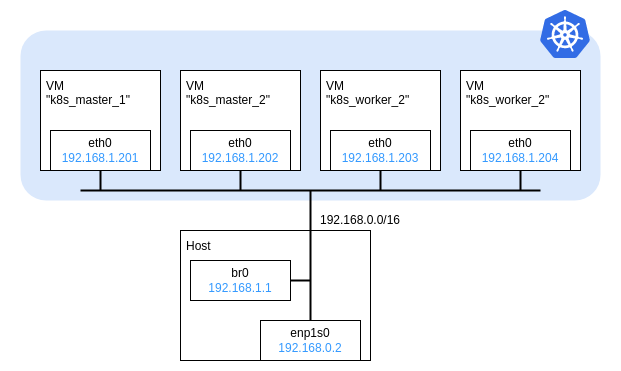
Earlier version of the draw.io export kubernetes/images/network_architecture.drawio.png (sawa2d2/k8s-on-kvm). Source tidied: cells renumbered, new cells last; positions are measured from the earlier drawing's top-left corner, leaving out a move shared by most shapes.
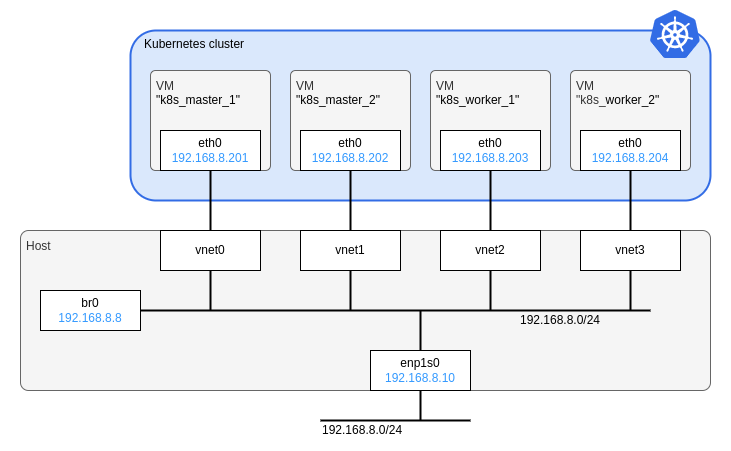
Above is the later version.

What changed in the source:
```diff
@@ -3,85 +3,117 @@
     <mxCell id="0" />
     <mxCell id="1" parent="0" />
     <mxCell id="2" style="rounded=0;whiteSpace=wrap;html=1;strokeColor=none;" parent="1" vertex="1">
-      <mxGeometry width="620" height="370" as="geometry" />
+      <mxGeometry x="-110" width="730" height="450" as="geometry" />
     </mxCell>
-    <mxCell id="3" style="rounded=1;whiteSpace=wrap;html=1;dashed=1;fillColor=#dae8fc;strokeColor=none;" parent="1" vertex="1">
+    <mxCell id="3" value="Kubernetes cluster" style="rounded=1;whiteSpace=wrap;html=1;fillColor=#dae8fc;strokeColor=#326CE5;strokeWidth=2;align=left;verticalAlign=top;spacingLeft=12;" parent="1" vertex="1">
       <mxGeometry x="20" y="30" width="580" height="170" as="geometry" />
     </mxCell>
+    <mxCell id="10" value="VM&lt;br style=&quot;border-color: var(--border-color); color: rgb(0, 0, 0);&quot;&gt;&lt;span style=&quot;color: rgb(0, 0, 0);&quot;&gt;&quot;k8s_master_2&quot;&lt;/span&gt;" style="rounded=1;whiteSpace=wrap;html=1;strokeColor=#666666;strokeWidth=1;fillColor=#f5f5f5;fontColor=#333333;align=left;verticalAlign=top;spacingTop=2;spacingLeft=4;arcSize=5;" parent="1" vertex="1">
+      <mxGeometry x="180" y="70" width="120" height="100" as="geometry" />
+    </mxCell>
+    <mxCell id="24" value="VM&lt;br style=&quot;border-color: var(--border-color); color: rgb(0, 0, 0);&quot;&gt;&lt;span style=&quot;color: rgb(0, 0, 0);&quot;&gt;&quot;k8s_worker_1&quot;&lt;/span&gt;" style="rounded=1;whiteSpace=wrap;html=1;strokeColor=#666666;strokeWidth=1;fillColor=#f5f5f5;fontColor=#333333;align=left;verticalAlign=top;spacingTop=2;spacingLeft=4;arcSize=5;" parent="1" vertex="1">
+      <mxGeometry x="320" y="70" width="120" height="100" as="geometry" />
+    </mxCell>
+    <mxCell id="25" value="VM&lt;br style=&quot;border-color: var(--border-color); color: rgb(0, 0, 0);&quot;&gt;&quot;k8s_&lt;span style=&quot;color: rgb(0, 0, 0);&quot;&gt;worker&lt;/span&gt;&lt;span style=&quot;color: rgb(0, 0, 0);&quot;&gt;_2&quot;&lt;/span&gt;" style="rounded=1;whiteSpace=wrap;html=1;strokeColor=#666666;strokeWidth=1;fillColor=#f5f5f5;fontColor=#333333;align=left;verticalAlign=top;spacingTop=2;spacingLeft=4;arcSize=5;" parent="1" vertex="1">
+      <mxGeometry x="460" y="70" width="120" height="100" as="geometry" />
+    </mxCell>
-    <mxCell id="4" value="Host" style="rounded=0;whiteSpace=wrap;html=1;align=left;verticalAlign=top;spacingLeft=4;spacingTop=2;" parent="1" vertex="1">
-      <mxGeometry x="180" y="230" width="190" height="130" as="geometry" />
+    <mxCell id="4" value="Host" style="rounded=1;whiteSpace=wrap;html=1;strokeColor=#666666;strokeWidth=1;fillColor=#f5f5f5;fontColor=#333333;align=left;verticalAlign=top;spacingTop=2;spacingLeft=4;arcSize=5;" parent="1" vertex="1">
+      <mxGeometry x="-90" y="230" width="690" height="160" as="geometry" />
     </mxCell>
+    <mxCell id="7" value="VM&lt;br style=&quot;border-color: var(--border-color); color: rgb(0, 0, 0);&quot;&gt;&lt;span style=&quot;color: rgb(0, 0, 0);&quot;&gt;&quot;k8s_master_1&quot;&lt;/span&gt;" style="rounded=1;whiteSpace=wrap;html=1;strokeColor=#666666;strokeWidth=1;fillColor=#f5f5f5;fontColor=#333333;align=left;verticalAlign=top;spacingTop=2;spacingLeft=4;arcSize=5;" parent="1" vertex="1">
+      <mxGeometry x="40" y="70" width="120" height="100" as="geometry" />
+    </mxCell>
     <mxCell id="5" style="edgeStyle=orthogonalEdgeStyle;rounded=0;jettySize=auto;html=1;exitX=0.5;exitY=0;exitDx=0;exitDy=0;strokeColor=default;fontColor=#3399FF;endArrow=none;endFill=0;strokeWidth=2;" parent="1" edge="1" source="21">
       <mxGeometry relative="1" as="geometry">
-        <mxPoint x="310" y="190" as="targetPoint" />
+        <mxPoint x="310" y="310" as="targetPoint" />
       </mxGeometry>
     </mxCell>
-    <mxCell id="6" value="br0&lt;br&gt;&lt;font color=&quot;#3399ff&quot;&gt;192.168.1.1&lt;/font&gt;" style="rounded=0;whiteSpace=wrap;html=1;" parent="1" vertex="1">
-      <mxGeometry x="190" y="260" width="100" height="40" as="geometry" />
-    </mxCell>
-    <mxCell id="7" value="VM&lt;br&gt;&quot;k8s_master_1&quot;" style="rounded=0;whiteSpace=wrap;html=1;verticalAlign=top;align=left;spacingTop=2;spacingLeft=4;" parent="1" vertex="1">
-      <mxGeometry x="40" y="70" width="120" height="100" as="geometry" />
-    </mxCell>
-    <mxCell id="8" style="edgeStyle=orthogonalEdgeStyle;rounded=0;jettySize=auto;html=1;exitX=0.5;exitY=1;exitDx=0;exitDy=0;strokeColor=default;fontColor=#3399FF;endArrow=none;endFill=0;strokeWidth=2;" parent="1" edge="1" source="9">
-      <mxGeometry relative="1" as="geometry">
-        <mxPoint x="100" y="190" as="targetPoint" />
-      </mxGeometry>
+    <mxCell id="8" style="edgeStyle=orthogonalEdgeStyle;rounded=0;jettySize=auto;html=1;exitX=0.5;exitY=1;exitDx=0;exitDy=0;strokeColor=default;fontColor=#3399FF;endArrow=none;endFill=0;strokeWidth=2;entryX=0.5;entryY=0;entryDx=0;entryDy=0;" parent="1" edge="1" source="9" target="29">
+      <mxGeometry relative="1" as="geometry" />
     </mxCell>
-    <mxCell id="9" value="eth0&lt;br&gt;&lt;font color=&quot;#3399ff&quot;&gt;192.168.1.201&lt;/font&gt;" style="rounded=0;whiteSpace=wrap;html=1;" parent="1" vertex="1">
+    <mxCell id="9" value="eth0&lt;br&gt;&lt;font color=&quot;#3399ff&quot;&gt;192.168.8.201&lt;/font&gt;" style="rounded=0;whiteSpace=wrap;html=1;" parent="1" vertex="1">
       <mxGeometry x="50" y="130" width="100" height="40" as="geometry" />
     </mxCell>
-    <mxCell id="10" value="VM&lt;br&gt;&quot;k8s_master_2&quot;" style="rounded=0;whiteSpace=wrap;html=1;verticalAlign=top;align=left;spacingTop=2;spacingLeft=4;" parent="1" vertex="1">
-      <mxGeometry x="180" y="70" width="120" height="100" as="geometry" />
-    </mxCell>
-    <mxCell id="11" value="eth0&lt;br&gt;&lt;font color=&quot;#3399ff&quot;&gt;192.168.1.202&lt;/font&gt;" style="rounded=0;whiteSpace=wrap;html=1;" parent="1" vertex="1">
+    <mxCell id="11" value="eth0&lt;br&gt;&lt;font color=&quot;#3399ff&quot;&gt;192.168.8.202&lt;/font&gt;" style="rounded=0;whiteSpace=wrap;html=1;" parent="1" vertex="1">
       <mxGeometry x="190" y="130" width="100" height="40" as="geometry" />
     </mxCell>
-    <mxCell id="12" value="VM&lt;br&gt;&quot;k8s_worker_2&quot;" style="rounded=0;whiteSpace=wrap;html=1;verticalAlign=top;align=left;spacingTop=2;spacingLeft=4;" parent="1" vertex="1">
-      <mxGeometry x="320" y="70" width="120" height="100" as="geometry" />
-    </mxCell>
-    <mxCell id="13" style="edgeStyle=orthogonalEdgeStyle;rounded=0;jettySize=auto;html=1;exitX=0.5;exitY=1;exitDx=0;exitDy=0;strokeColor=default;fontColor=#3399FF;endArrow=none;endFill=0;strokeWidth=2;" parent="1" edge="1" source="14">
-      <mxGeometry relative="1" as="geometry">
-        <mxPoint x="380" y="190" as="targetPoint" />
-      </mxGeometry>
+    <mxCell id="13" style="edgeStyle=orthogonalEdgeStyle;rounded=0;jettySize=auto;html=1;exitX=0.5;exitY=1;exitDx=0;exitDy=0;strokeColor=default;fontColor=#3399FF;endArrow=none;endFill=0;strokeWidth=2;entryX=0.5;entryY=0;entryDx=0;entryDy=0;" parent="1" edge="1" source="14" target="33">
+      <mxGeometry relative="1" as="geometry" />
     </mxCell>
-    <mxCell id="14" value="eth0&lt;br&gt;&lt;font color=&quot;#3399ff&quot;&gt;192.168.1.203&lt;/font&gt;" style="rounded=0;whiteSpace=wrap;html=1;" parent="1" vertex="1">
+    <mxCell id="14" value="eth0&lt;br&gt;&lt;font color=&quot;#3399ff&quot;&gt;192.168.8.203&lt;/font&gt;" style="rounded=0;whiteSpace=wrap;html=1;" parent="1" vertex="1">
       <mxGeometry x="330" y="130" width="100" height="40" as="geometry" />
     </mxCell>
-    <mxCell id="15" style="endArrow=none;html=1;rounded=0;strokeColor=default;fontColor=#3399FF;strokeWidth=2;" parent="1" edge="1">
-      <mxGeometry relative="1" as="geometry">
-        <mxPoint x="80" y="190" as="sourcePoint" />
-        <mxPoint x="540" y="190" as="targetPoint" />
-      </mxGeometry>
-    </mxCell>
-    <mxCell id="16" value="&lt;font&gt;192.168.0.0/16&lt;/font&gt;" style="rounded=0;whiteSpace=wrap;html=1;strokeColor=none;fillColor=none;fontColor=default;" parent="1" vertex="1">
-      <mxGeometry x="310" y="210" width="100" height="20" as="geometry" />
+    <mxCell id="16" value="&lt;font&gt;192.168.8.0/24&lt;/font&gt;" style="rounded=0;whiteSpace=wrap;html=1;strokeColor=none;fillColor=none;fontColor=default;" parent="1" vertex="1">
+      <mxGeometry x="400" y="310" width="100" height="20" as="geometry" />
     </mxCell>
-    <mxCell id="17" value="VM&lt;br&gt;&quot;k8s_worker_2&quot;" style="rounded=0;whiteSpace=wrap;html=1;verticalAlign=top;align=left;spacingTop=2;spacingLeft=4;" parent="1" vertex="1">
-      <mxGeometry x="460" y="70" width="120" height="100" as="geometry" />
-    </mxCell>
-    <mxCell id="18" value="eth0&lt;br&gt;&lt;font color=&quot;#3399ff&quot;&gt;192.168.1.204&lt;/font&gt;" style="rounded=0;whiteSpace=wrap;html=1;" parent="1" vertex="1">
+    <mxCell id="18" value="eth0&lt;br&gt;&lt;font color=&quot;#3399ff&quot;&gt;192.168.8.204&lt;/font&gt;" style="rounded=0;whiteSpace=wrap;html=1;" parent="1" vertex="1">
       <mxGeometry x="470" y="130" width="100" height="40" as="geometry" />
     </mxCell>
-    <mxCell id="19" style="edgeStyle=orthogonalEdgeStyle;rounded=0;jettySize=auto;html=1;exitX=0.5;exitY=1;exitDx=0;exitDy=0;strokeColor=default;fontColor=#3399FF;endArrow=none;endFill=0;strokeWidth=2;" parent="1" edge="1" source="18">
-      <mxGeometry relative="1" as="geometry">
-        <mxPoint x="520" y="190" as="targetPoint" />
-      </mxGeometry>
+    <mxCell id="19" style="edgeStyle=orthogonalEdgeStyle;rounded=0;jettySize=auto;html=1;exitX=0.5;exitY=1;exitDx=0;exitDy=0;strokeColor=default;fontColor=#3399FF;endArrow=none;endFill=0;strokeWidth=2;entryX=0.5;entryY=0;entryDx=0;entryDy=0;" parent="1" edge="1" source="18" target="35">
+      <mxGeometry relative="1" as="geometry" />
     </mxCell>
-    <mxCell id="20" style="edgeStyle=orthogonalEdgeStyle;rounded=0;jettySize=auto;html=1;exitX=0.5;exitY=1;exitDx=0;exitDy=0;strokeColor=default;fontColor=#3399FF;endArrow=none;endFill=0;strokeWidth=2;" parent="1" edge="1" source="11">
-      <mxGeometry relative="1" as="geometry">
-        <mxPoint x="240" y="190" as="targetPoint" />
-      </mxGeometry>
+    <mxCell id="20" style="edgeStyle=orthogonalEdgeStyle;rounded=0;jettySize=auto;html=1;exitX=0.5;exitY=1;exitDx=0;exitDy=0;strokeColor=default;fontColor=#3399FF;endArrow=none;endFill=0;strokeWidth=2;" parent="1" edge="1" source="11" target="31">
+      <mxGeometry relative="1" as="geometry" />
     </mxCell>
+    <mxCell id="26" style="edgeStyle=orthogonalEdgeStyle;rounded=0;jettySize=auto;html=1;exitX=0.5;exitY=1;exitDx=0;exitDy=0;strokeWidth=2;endArrow=none;endFill=0;" parent="1" edge="1" source="21">
+      <mxGeometry relative="1" as="geometry">
+        <mxPoint x="310" y="420" as="targetPoint" />
+      </mxGeometry>
+    </mxCell>
-    <mxCell id="21" value="enp1s0&lt;br&gt;&lt;font color=&quot;#3399ff&quot;&gt;192.168.0.2&lt;/font&gt;" style="rounded=0;whiteSpace=wrap;html=1;" parent="1" vertex="1">
-      <mxGeometry x="260" y="320" width="100" height="40" as="geometry" />
+    <mxCell id="21" value="enp1s0&lt;br&gt;&lt;font color=&quot;#3399ff&quot;&gt;192.168.8.10&lt;/font&gt;" style="rounded=0;whiteSpace=wrap;html=1;" parent="1" vertex="1">
+      <mxGeometry x="260" y="350" width="100" height="40" as="geometry" />
     </mxCell>
-    <mxCell id="22" style="edgeStyle=orthogonalEdgeStyle;rounded=0;jettySize=auto;html=1;strokeColor=default;fontColor=#3399FF;endArrow=none;endFill=0;strokeWidth=2;exitX=1;exitY=0.5;exitDx=0;exitDy=0;" parent="1" edge="1" source="6">
+    <mxCell id="22" style="edgeStyle=orthogonalEdgeStyle;rounded=0;jettySize=auto;html=1;strokeColor=default;fontColor=#3399FF;endArrow=none;endFill=0;strokeWidth=2;exitX=1;exitY=0.5;exitDx=0;exitDy=0;" parent="1" edge="1" source="27">
       <mxGeometry relative="1" as="geometry">
-        <mxPoint x="310" y="280" as="targetPoint" />
+        <mxPoint x="540" y="310" as="targetPoint" />
       </mxGeometry>
     </mxCell>
     <mxCell id="23" style="sketch=0;html=1;align=center;image;fontSize=12;image=img/lib/mscae/Kubernetes.svg;" parent="1" vertex="1">
       <mxGeometry x="540" y="10" width="50" height="48" as="geometry" />
     </mxCell>
+    <mxCell id="27" value="br0&lt;br&gt;&lt;font color=&quot;#3399ff&quot;&gt;192.168.8.8&lt;/font&gt;" style="rounded=0;whiteSpace=wrap;html=1;" parent="1" vertex="1">
+      <mxGeometry x="-70" y="290" width="100" height="40" as="geometry" />
+    </mxCell>
+    <mxCell id="28" style="edgeStyle=orthogonalEdgeStyle;rounded=0;jettySize=auto;html=1;exitX=0.5;exitY=1;exitDx=0;exitDy=0;strokeWidth=2;endArrow=none;endFill=0;" parent="1" edge="1" source="29">
+      <mxGeometry relative="1" as="geometry">
+        <mxPoint x="100" y="310" as="targetPoint" />
+      </mxGeometry>
+    </mxCell>
+    <mxCell id="29" value="vnet0" style="rounded=0;whiteSpace=wrap;html=1;" parent="1" vertex="1">
+      <mxGeometry x="50" y="230" width="100" height="40" as="geometry" />
+    </mxCell>
+    <mxCell id="30" style="edgeStyle=orthogonalEdgeStyle;rounded=0;jettySize=auto;html=1;exitX=0.5;exitY=1;exitDx=0;exitDy=0;strokeWidth=2;endArrow=none;endFill=0;" parent="1" edge="1" source="31">
+      <mxGeometry relative="1" as="geometry">
+        <mxPoint x="240" y="310" as="targetPoint" />
+      </mxGeometry>
+    </mxCell>
+    <mxCell id="31" value="vnet1" style="rounded=0;whiteSpace=wrap;html=1;" parent="1" vertex="1">
+      <mxGeometry x="190" y="230" width="100" height="40" as="geometry" />
+    </mxCell>
+    <mxCell id="32" style="edgeStyle=orthogonalEdgeStyle;rounded=0;jettySize=auto;html=1;exitX=0.5;exitY=1;exitDx=0;exitDy=0;strokeWidth=2;endArrow=none;endFill=0;" parent="1" edge="1" source="33">
+      <mxGeometry relative="1" as="geometry">
+        <mxPoint x="380" y="310" as="targetPoint" />
+      </mxGeometry>
+    </mxCell>
+    <mxCell id="33" value="vnet2" style="rounded=0;whiteSpace=wrap;html=1;" parent="1" vertex="1">
+      <mxGeometry x="330" y="230" width="100" height="40" as="geometry" />
+    </mxCell>
+    <mxCell id="34" style="edgeStyle=orthogonalEdgeStyle;rounded=0;jettySize=auto;html=1;exitX=0.5;exitY=1;exitDx=0;exitDy=0;endArrow=none;endFill=0;strokeWidth=2;" parent="1" edge="1" source="35">
+      <mxGeometry relative="1" as="geometry">
+        <mxPoint x="520" y="310" as="targetPoint" />
+      </mxGeometry>
+    </mxCell>
+    <mxCell id="35" value="vnet3" style="rounded=0;whiteSpace=wrap;html=1;" parent="1" vertex="1">
+      <mxGeometry x="470" y="230" width="100" height="40" as="geometry" />
+    </mxCell>
+    <mxCell id="36" style="edgeStyle=orthogonalEdgeStyle;rounded=0;orthogonalLoop=1;jettySize=auto;html=1;strokeWidth=2;endArrow=none;endFill=0;" parent="1" edge="1">
+      <mxGeometry relative="1" as="geometry">
+        <mxPoint x="360" y="420" as="sourcePoint" />
+        <mxPoint x="210" y="420" as="targetPoint" />
+      </mxGeometry>
+    </mxCell>
+    <mxCell id="37" value="&lt;font&gt;192.168.8.0/24&lt;/font&gt;" style="rounded=0;whiteSpace=wrap;html=1;strokeColor=none;fillColor=none;fontColor=default;align=left;" parent="1" vertex="1">
+      <mxGeometry x="210" y="420" width="100" height="20" as="geometry" />
+    </mxCell>
   </root>
 </mxGraphModel>
```
